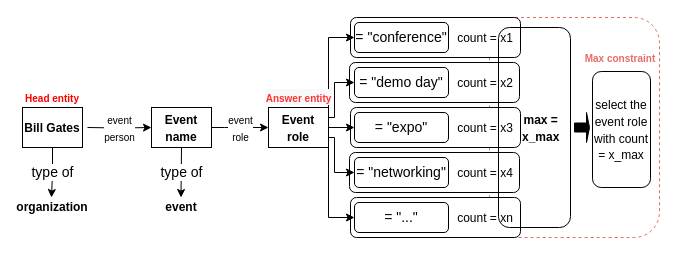
SilvesterYu/FinQA_Vis keeps this draw.io diagram as max_constraint.drawio. Above is the earlier version. Source tidied: cells renumbered, new cells numbered last; positions are measured from the earlier drawing's top-left corner, leaving out a move shared by most shapes. Both pictures are drawn from the tidied source at 100%, with x=0, y=0 at pixel (22, 17).
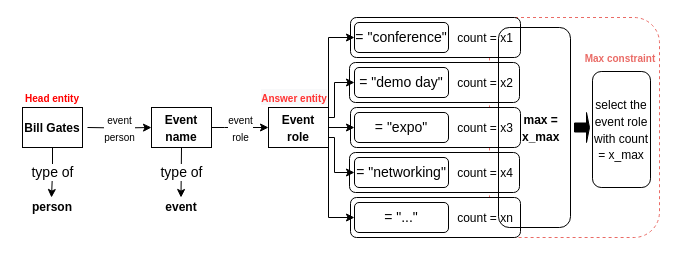
The same page after the edit.

Change to the diagram source:
```diff
@@
     <mxCell id="33" value="&lt;span style=&quot;font-style: normal; font-variant-ligatures: normal; font-variant-caps: normal; letter-spacing: normal; orphans: 2; text-align: center; text-indent: 0px; text-transform: none; widows: 2; word-spacing: 0px; -webkit-text-stroke-width: 0px; background-color: rgb(248, 249, 250); text-decoration-thickness: initial; text-decoration-style: initial; text-decoration-color: initial; float: none; display: inline !important;&quot;&gt;&lt;font color=&quot;#ff3333&quot; style=&quot;font-size: 10px;&quot;&gt;&lt;b style=&quot;&quot;&gt;Answer entity&lt;/b&gt;&lt;/font&gt;&lt;/span&gt;" style="text;html=1;strokeColor=none;fillColor=none;align=center;verticalAlign=middle;whiteSpace=wrap;rounded=0;fontSize=14;fontColor=#000000;" parent="1" vertex="1">
-      <mxGeometry x="240.5" y="65" width="71" height="30" as="geometry" />
+      <mxGeometry x="235.5" y="65" width="71.5" height="30" as="geometry" />
     </mxCell>
@@
-    <mxCell id="35" value="&lt;font style=&quot;font-size: 12px;&quot; color=&quot;#000000&quot;&gt;&lt;b style=&quot;&quot;&gt;organization&lt;/b&gt;&lt;/font&gt;" style="text;html=1;strokeColor=none;fillColor=none;align=center;verticalAlign=middle;whiteSpace=wrap;rounded=0;fontSize=12;fontColor=#EA6B66;" parent="1" vertex="1">
+    <mxCell id="35" value="&lt;font style=&quot;font-size: 12px;&quot; color=&quot;#000000&quot;&gt;&lt;b style=&quot;&quot;&gt;person&lt;/b&gt;&lt;/font&gt;" style="text;html=1;strokeColor=none;fillColor=none;align=center;verticalAlign=middle;whiteSpace=wrap;rounded=0;fontSize=12;fontColor=#EA6B66;" parent="1" vertex="1">
       <mxGeometry y="175" width="60" height="30" as="geometry" />
     </mxCell>
```
